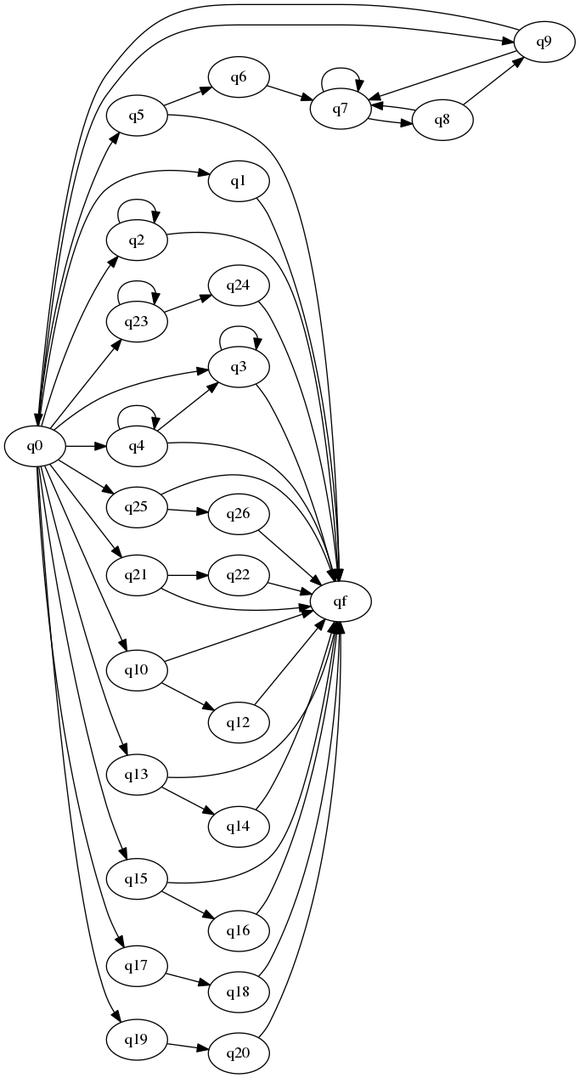
The Graphviz diagram doc/automata.png in romeroyonatan/lyc, before a commit. Its source is kept beside it as doc/automata.dot.
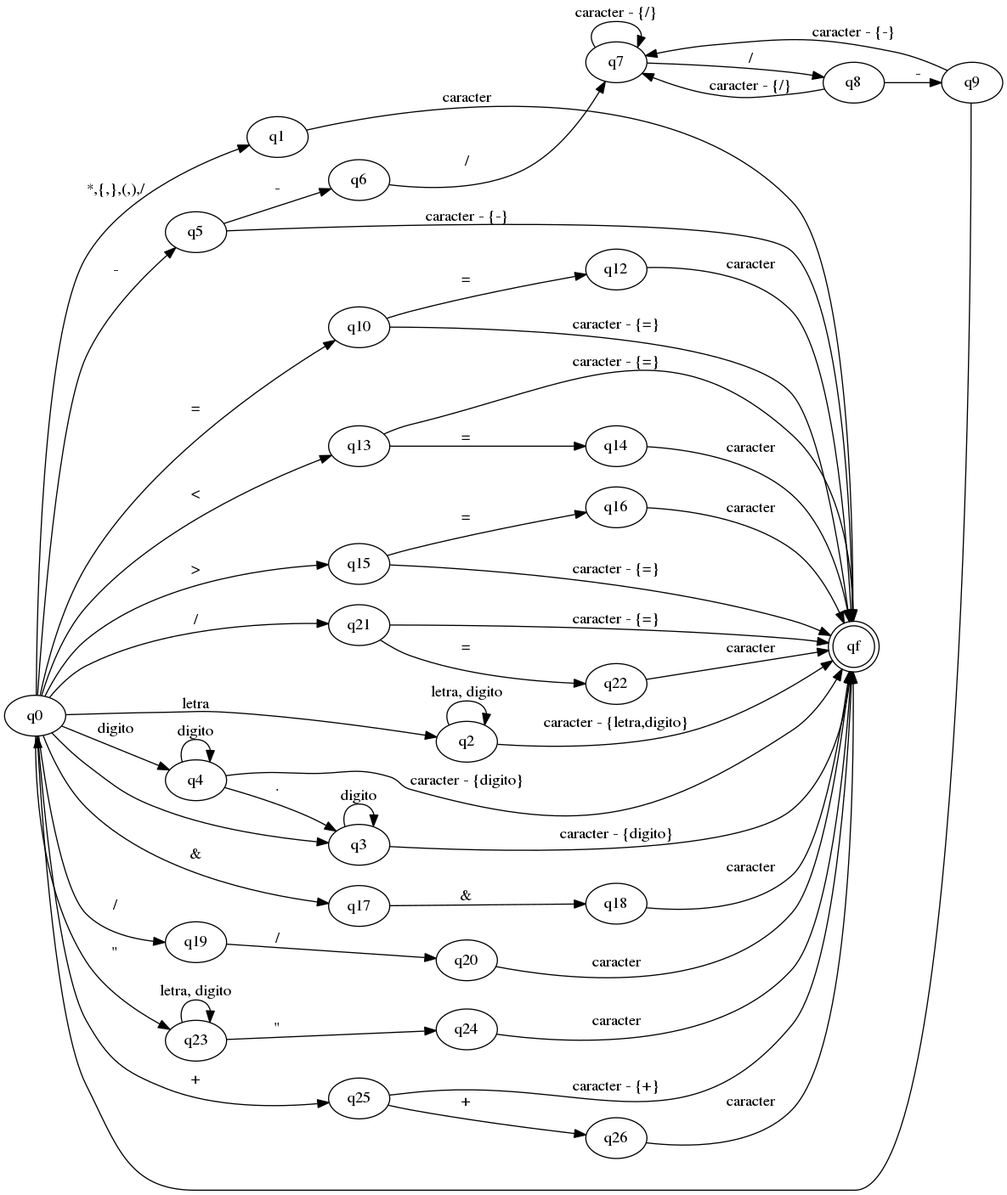
Later version of the same file.

Commit message:
complete el automata finito

The edit, as a diff of the source:
```diff
@@ -1,81 +1,83 @@
 digraph {
     rankdir=LR;
-    q0 -> q1;
-    q0 -> q2;
+    qf[shape=doublecircle];
+    node[bgcolor=red];
+
+    q0 -> q1[label="*,{,},(,),/"];
+    q0 -> q2[label="letra"];
     q0 -> q3;
-    q0 -> q4;
-    q0 -> q5;
-    q0 -> q9;
-    q0 -> q10;
-    q0 -> q13;
-    q0 -> q15;
-    q0 -> q17;
-    q0 -> q19;
-    q0 -> q21;
-    q0 -> q23;
-    q0 -> q25;
+    q0 -> q4[label="digito"];
+    q0 -> q5[label="-"];
+    q0 -> q10[label="="];
+    q0 -> q13[label="<"];
+    q0 -> q15[label=">"];
+    q0 -> q17[label="&"];
+    q0 -> q19[label="/"];
+    q0 -> q21[label="/"];
+    q0 -> q23[label="\""];
+    q0 -> q25[label="+"];
 
-    q1 -> qf;
+    q1 -> qf[label="caracter"];
 
-    q2 -> q2;
-    q2 -> qf;
+    q2 -> q2[label="letra, digito"];
+    q2 -> qf[label="caracter - {letra,digito}"];
 
-    q3 -> q3;
-    q3 -> qf;
+    q3 -> q3[label="digito"];
+    q3 -> qf[label="caracter - {digito}"];
 
-    q4 -> q4;
-    q4 -> q3;
-    q4 -> qf;
+    q4 -> q4[label="digito"];
+    q4 -> q3[label="."];
+    q4 -> qf[label="caracter - {digito}"];
 
-    q5 -> qf;
-    q5 -> q6;
+    q5 -> qf[label="caracter - {-}"];
+    q5 -> q6[label="-"];
 
-    q6 -> q7;
+    q6 -> q7[label="/"];
 
-    q7 -> q7;
-    q7 -> q8;
+    q7 -> q7[label="caracter - {/}"];
+    q7 -> q8[label="/"];
 
-    q8 -> q9;
-    q8 -> q7;
+    q8 -> q9[label="-"];
+    q8 -> q7[label="caracter - {/}"];
 
-    q9 -> q7;
+    q9 -> q7[label="caracter - {-}"];
     q9 -> q0;
 
-    q10 -> qf;
-    q10 -> q12;
+    q10 -> qf[label="caracter - {=}"];
+    q10 -> q12[label="="];
 
-    q12 -> qf;
+    q12 -> qf[label="caracter"];
 
-    q13 -> qf;
-    q13 -> q14;
+    q13 -> qf[label="caracter - {=}"];
+    q13 -> q14[label="="];
 
-    q14 -> qf;
+    q14 -> qf[label="caracter"];
 
-    q15 -> qf;
-    q15 -> q16;
+    q15 -> qf[label="caracter - {=}"];
+    q15 -> q16[label="="];
 
-    q16 -> qf;
+    q16 -> qf[label="caracter"];
 
-    q17 -> q18;
+    q17 -> q18[label="&"];
 
-    q18 -> qf;
+    q18 -> qf[label="caracter"];
 
-    q19 -> q20;
+    q19 -> q20[label="/"];
 
-    q20 -> qf;
+    q20 -> qf[label="caracter"];
 
-    q21 -> qf;
-    q21 -> q22;
+    q21 -> qf[label="caracter - {=}"];
+    q21 -> q22[label="="];
 
-    q22 -> qf;
+    q22 -> qf[label="caracter"];
 
-    q23 -> q23;
-    q23 -> q24;
+    q23 -> q23[label="letra, digito"];
+    q23 -> q24[label="\""];
 
-    q24 -> qf;
+    q24 -> qf[label="caracter"];
 
-    q25 -> qf;
-    q25 -> q26;
+    q25 -> qf[label="caracter - {+}"];
+    q25 -> q26[label="+"];
 
-    q26 -> qf;
+    q26 -> qf[label="caracter"];
 }
```
